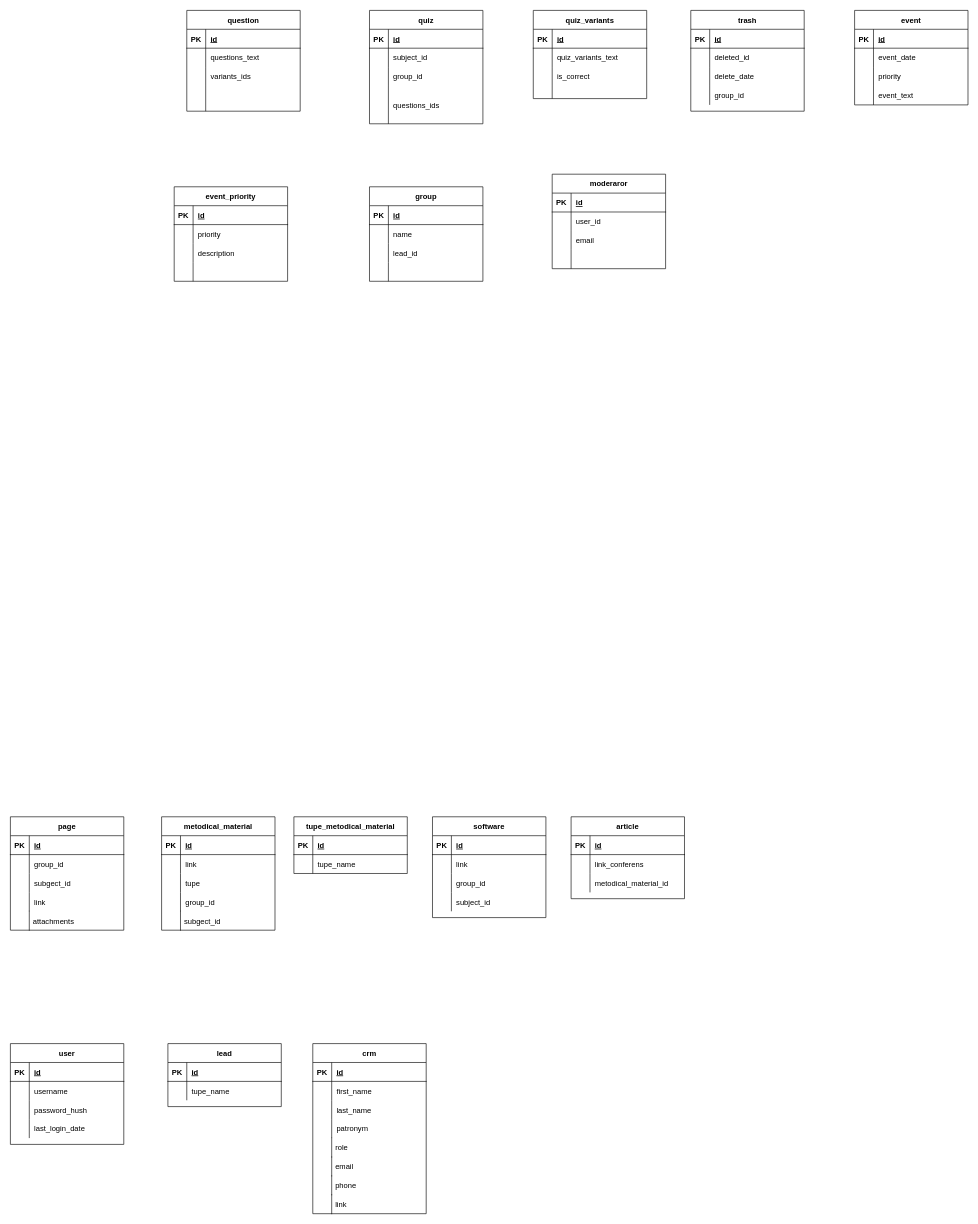
Before: Untitled Diagram.drawio in student-archive/backend, a draw.io diagram. Source tidied: cells renumbered, new cells numbered last; positions are measured from the earlier drawing's top-left corner, leaving out a move shared by most shapes. Both pictures are drawn from the tidied source at 63%, with x=0, y=0 at pixel (10, 10).
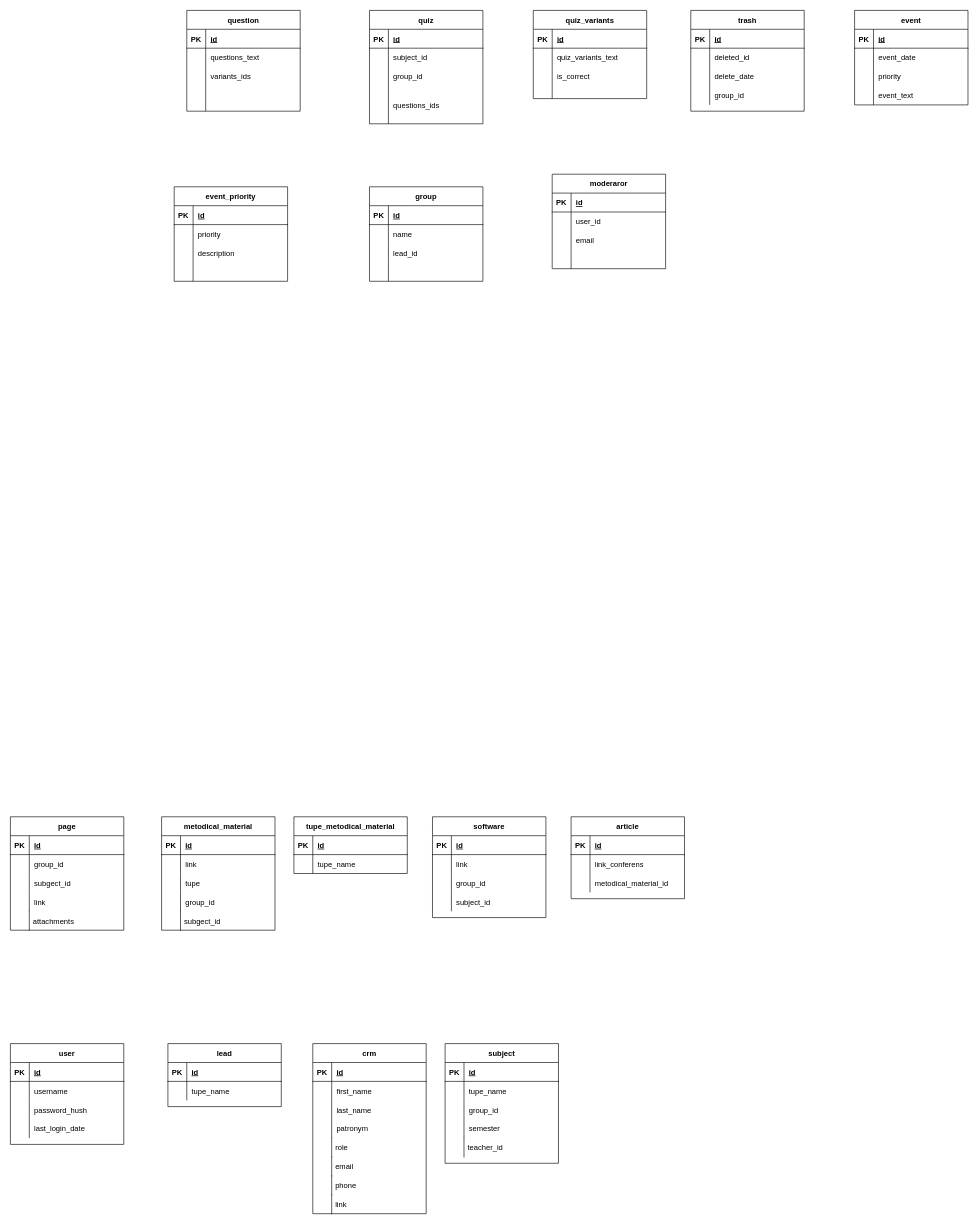
After the change.

Commit message:
feat(databases): add subject tables

Diff of the diagram source:
```diff
@@
+    <mxCell id="207" value="subject" style="shape=table;startSize=30;childLayout=tableLayout;rowLines=0;fontStyle=1;align=center;" parent="1" vertex="1">
+      <mxGeometry x="690" y="1640" width="180" height="190" as="geometry" />
+    </mxCell>
+    <mxCell id="208" style="shape=tableRow;horizontal=0;startSize=0;swimlaneHead=0;swimlaneBody=0;fillColor=none;top=0;left=0;right=0;bottom=1;" parent="207" vertex="1">
+      <mxGeometry y="30" width="180" height="30" as="geometry" />
+    </mxCell>
+    <mxCell id="209" value="PK" style="shape=partialRectangle;fillColor=none;top=0;left=0;bottom=0;right=0;fontStyle=1;overflow=hidden;" parent="208" vertex="1">
+      <mxGeometry width="30" height="30" as="geometry" />
+    </mxCell>
+    <mxCell id="210" value="id" style="shape=partialRectangle;fillColor=none;top=0;left=0;bottom=0;right=0;align=left;spacingLeft=6;fontStyle=5;overflow=hidden;" parent="208" vertex="1">
+      <mxGeometry x="30" width="150" height="30" as="geometry" />
+    </mxCell>
+    <mxCell id="211" style="shape=tableRow;horizontal=0;startSize=0;swimlaneHead=0;swimlaneBody=0;fillColor=none;top=0;left=0;right=0;bottom=0;" parent="207" vertex="1">
+      <mxGeometry y="60" width="180" height="30" as="geometry" />
+    </mxCell>
+    <mxCell id="212" style="shape=partialRectangle;fillColor=none;top=0;left=0;bottom=0;right=0;overflow=hidden;" parent="211" vertex="1">
+      <mxGeometry width="30" height="30" as="geometry" />
+    </mxCell>
+    <mxCell id="213" value="tupe_name" style="shape=partialRectangle;fillColor=none;top=0;left=0;bottom=0;right=0;align=left;spacingLeft=6;overflow=hidden;" parent="211" vertex="1">
+      <mxGeometry x="30" width="150" height="30" as="geometry" />
+    </mxCell>
+    <mxCell id="214" style="shape=tableRow;horizontal=0;startSize=0;swimlaneHead=0;swimlaneBody=0;fillColor=none;top=0;left=0;right=0;bottom=0;" parent="207" vertex="1">
+      <mxGeometry y="90" width="180" height="30" as="geometry" />
+    </mxCell>
+    <mxCell id="215" style="shape=partialRectangle;fillColor=none;top=0;left=0;bottom=0;right=0;overflow=hidden;" parent="214" vertex="1">
+      <mxGeometry width="30" height="30" as="geometry" />
+    </mxCell>
+    <mxCell id="216" value="group_id" style="shape=partialRectangle;fillColor=none;top=0;left=0;bottom=0;right=0;align=left;spacingLeft=6;overflow=hidden;" parent="214" vertex="1">
+      <mxGeometry x="30" width="150" height="30" as="geometry" />
+    </mxCell>
+    <mxCell id="217" style="shape=tableRow;horizontal=0;startSize=0;swimlaneHead=0;swimlaneBody=0;fillColor=none;top=0;left=0;right=0;bottom=0;" parent="207" vertex="1">
+      <mxGeometry y="120" width="180" height="30" as="geometry" />
+    </mxCell>
+    <mxCell id="218" style="shape=partialRectangle;fillColor=none;top=0;left=0;bottom=0;right=0;overflow=hidden;" parent="217" vertex="1">
+      <mxGeometry width="30" height="30" as="geometry" />
+    </mxCell>
+    <mxCell id="219" value="semester" style="shape=partialRectangle;fillColor=none;top=0;left=0;bottom=0;right=0;align=left;spacingLeft=6;overflow=hidden;" parent="217" vertex="1">
+      <mxGeometry x="30" width="150" height="30" as="geometry" />
+    </mxCell>
+    <mxCell id="220" value="teacher_id" style="shape=partialRectangle;fillColor=none;align=left;verticalAlign=middle;strokeColor=none;spacingLeft=34;" parent="1" vertex="1">
+      <mxGeometry x="690" y="1790" width="90" height="30" as="geometry" />
+    </mxCell>
+    <mxCell id="221" style="shape=partialRectangle;top=0;left=0;bottom=0;fillColor=none;stokeWidth=1;align=left;verticalAlign=middle;spacingLeft=4;spacingRight=4;overflow=hidden;" parent="220" vertex="1">
+      <mxGeometry width="30" height="30" as="geometry" />
+    </mxCell>
```
